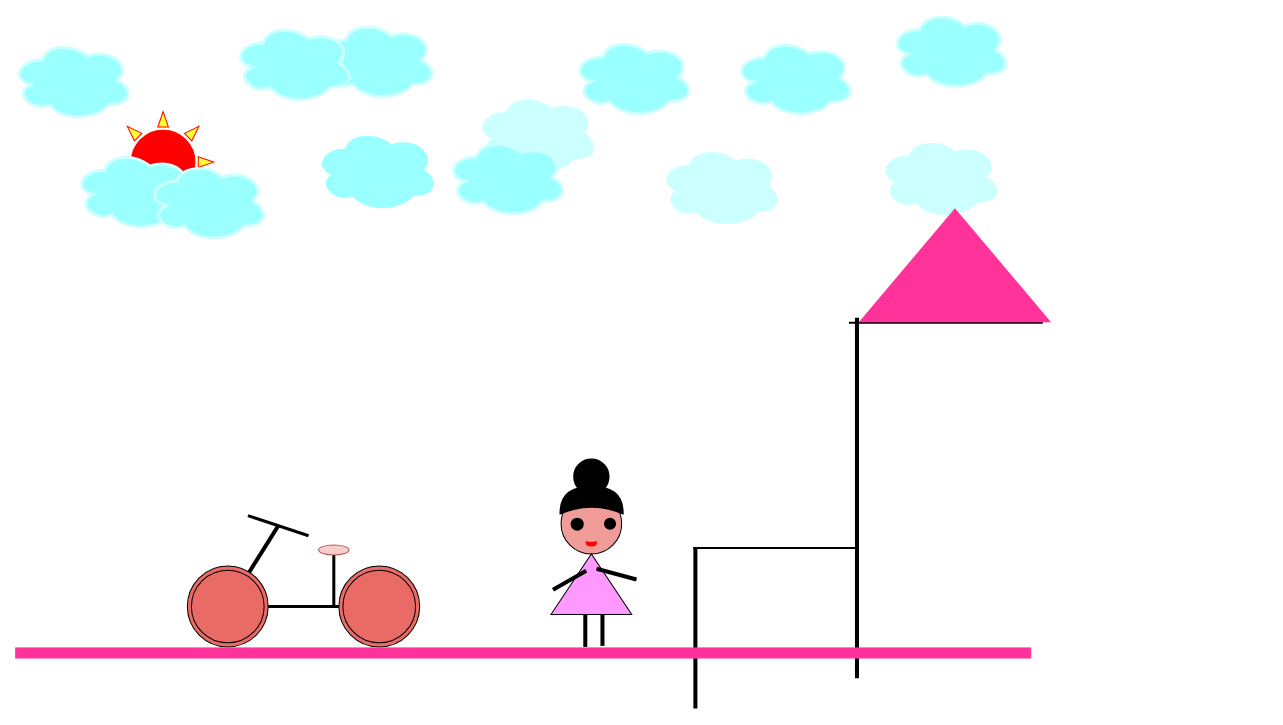
trey03/draw keeps this draw.io diagram as 20200606.drawio. Above is the earlier version. Source tidied: cells renumbered, new cells numbered last; positions are measured from the earlier drawing's top-left corner, leaving out a move shared by most shapes. Both pictures are drawn from the tidied source at 101%, with x=0, y=0 at pixel (11, 9).
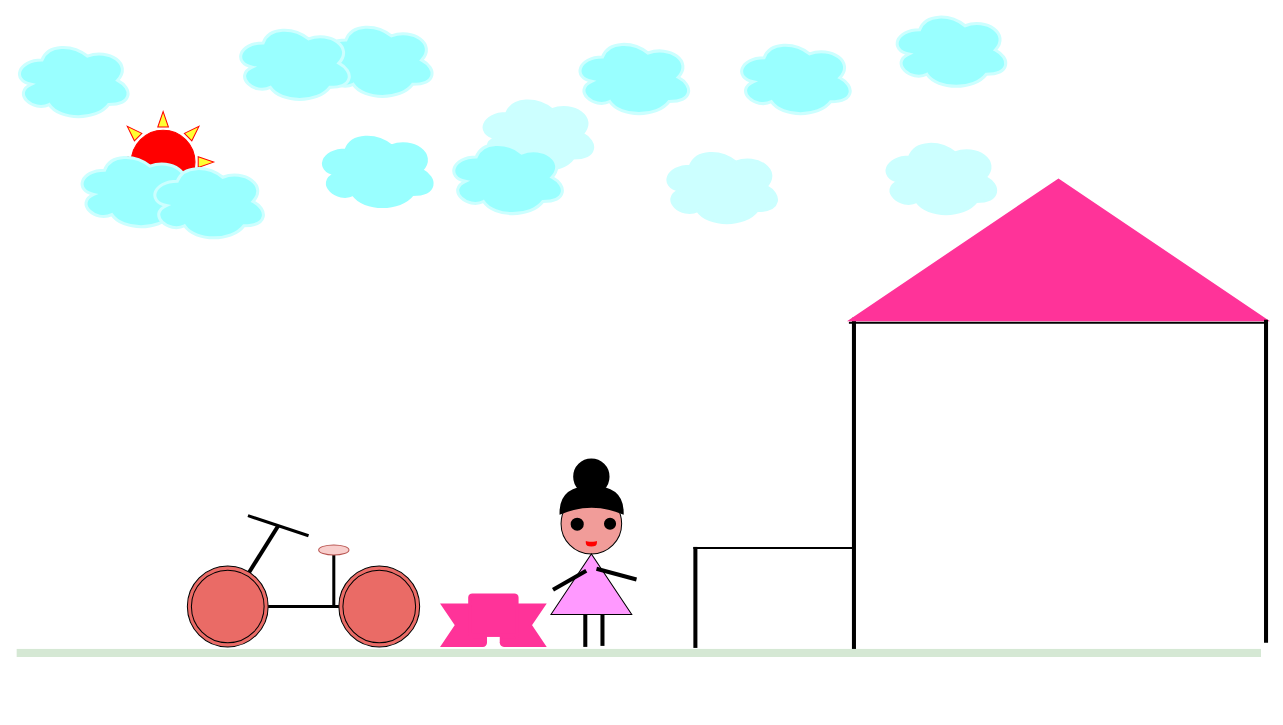
The same page after the edit.

Diff of the diagram source:
```diff
@@
     <mxCell id="31" style="line;strokeWidth=4;direction=south;html=1;perimeter=backbonePerimeter;fillColor=#000000;" parent="1" vertex="1">
-      <mxGeometry x="832" y="305" width="10" height="357" as="geometry" />
+      <mxGeometry x="829" y="305" width="10" height="328" as="geometry" />
     </mxCell>
     <mxCell id="32" style="line;strokeWidth=2;html=1;fillColor=#000000;" parent="1" vertex="1">
-      <mxGeometry x="829" y="305" width="192" height="10" as="geometry" />
+      <mxGeometry x="829" y="305" width="412" height="10" as="geometry" />
     </mxCell>
     <mxCell id="33" style="triangle;whiteSpace=wrap;html=1;strokeColor=#FF3399;strokeWidth=3;fillColor=#FF3399;direction=north;" parent="1" vertex="1">
-      <mxGeometry x="842" y="199" width="184" height="109" as="geometry" />
+      <mxGeometry x="832" y="169" width="409" height="138" as="geometry" />
     </mxCell>
@@
     <mxCell id="35" style="line;strokeWidth=4;direction=south;html=1;perimeter=backbonePerimeter;fillColor=#FF3399;" parent="1" vertex="1">
-      <mxGeometry x="672" y="532" width="10" height="160" as="geometry" />
+      <mxGeometry x="672" y="532" width="10" height="100" as="geometry" />
     </mxCell>
@@
-    <mxCell id="40" style="shape=ext;double=1;rounded=0;whiteSpace=wrap;html=1;strokeColor=#FF3399;strokeWidth=3;fillColor=#FF3399;" parent="1" vertex="1">
-      <mxGeometry x="5" y="633" width="1003" height="8" as="geometry" />
+    <mxCell id="40" style="shape=ext;double=1;rounded=0;whiteSpace=wrap;html=1;strokeColor=none;strokeWidth=3;fillColor=#d5e8d4;" parent="1" vertex="1">
+      <mxGeometry x="5" y="633" width="1232" height="8" as="geometry" />
     </mxCell>
+    <mxCell id="41" style="verticalLabelPosition=bottom;verticalAlign=top;html=1;shape=mxgraph.basic.banner;strokeColor=#FF3399;strokeWidth=3;fillColor=#FF3399;" parent="1" vertex="1">
+      <mxGeometry x="427" y="579.5" width="100" height="50" as="geometry" />
+    </mxCell>
+    <mxCell id="42" style="line;strokeWidth=4;direction=south;html=1;perimeter=backbonePerimeter;fillColor=#000000;" parent="1" vertex="1">
+      <mxGeometry x="1237" y="307" width="10" height="320" as="geometry" />
+    </mxCell>
```
